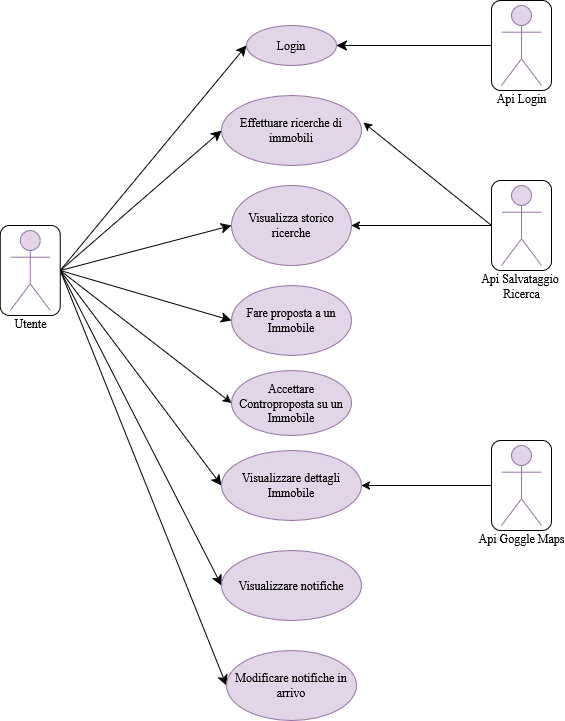
Sperob98/Documentazione-DietiEstates25 keeps this draw.io diagram as diagrammi/UseCase-Utente registrato.drawio.png. Above is the earlier version. Source tidied: cells renumbered, new cells last; positions are measured from the earlier drawing's top-left corner, leaving out a move shared by most shapes. Source of this version:
```xml
<mxGraphModel>
  <root>
    <mxCell id="0" />
    <mxCell id="1" parent="0" />
    <mxCell id="2" style="edgeStyle=none;curved=1;rounded=0;jettySize=auto;html=1;exitX=1;exitY=0.5;exitDx=0;exitDy=0;entryX=0;entryY=0.5;entryDx=0;entryDy=0;fontSize=12;startSize=8;endSize=8;" parent="1" edge="1" source="10" target="12">
      <mxGeometry relative="1" as="geometry" />
    </mxCell>
    <mxCell id="3" style="edgeStyle=none;curved=1;rounded=0;jettySize=auto;html=1;exitX=1;exitY=0.5;exitDx=0;exitDy=0;entryX=0;entryY=0.5;entryDx=0;entryDy=0;fontSize=12;startSize=8;endSize=8;" parent="1" edge="1" source="10" target="13">
      <mxGeometry relative="1" as="geometry" />
    </mxCell>
    <mxCell id="4" style="edgeStyle=none;curved=1;rounded=0;jettySize=auto;html=1;exitX=1;exitY=0.5;exitDx=0;exitDy=0;entryX=0;entryY=0.5;entryDx=0;entryDy=0;fontSize=12;startSize=8;endSize=8;" parent="1" edge="1" source="10" target="14">
      <mxGeometry relative="1" as="geometry" />
    </mxCell>
    <mxCell id="5" style="edgeStyle=none;curved=1;rounded=0;jettySize=auto;html=1;exitX=1;exitY=0.5;exitDx=0;exitDy=0;entryX=0;entryY=0.5;entryDx=0;entryDy=0;fontSize=12;startSize=8;endSize=8;" parent="1" edge="1" source="10" target="15">
      <mxGeometry relative="1" as="geometry" />
    </mxCell>
    <mxCell id="6" style="edgeStyle=none;curved=1;rounded=0;jettySize=auto;html=1;exitX=1;exitY=0.5;exitDx=0;exitDy=0;entryX=0;entryY=0.5;entryDx=0;entryDy=0;fontSize=12;startSize=8;endSize=8;" parent="1" edge="1" source="10" target="16">
      <mxGeometry relative="1" as="geometry" />
    </mxCell>
    <mxCell id="7" style="edgeStyle=none;curved=1;rounded=0;jettySize=auto;html=1;exitX=1;exitY=0.5;exitDx=0;exitDy=0;entryX=0;entryY=0.5;entryDx=0;entryDy=0;fontSize=12;startSize=8;endSize=8;" parent="1" edge="1" source="10" target="17">
      <mxGeometry relative="1" as="geometry" />
    </mxCell>
    <mxCell id="8" style="edgeStyle=none;curved=1;rounded=0;jettySize=auto;html=1;exitX=1;exitY=0.5;exitDx=0;exitDy=0;entryX=0;entryY=0.5;entryDx=0;entryDy=0;fontSize=12;startSize=8;endSize=8;" parent="1" edge="1" source="10" target="18">
      <mxGeometry relative="1" as="geometry" />
    </mxCell>
    <mxCell id="9" style="rounded=0;jettySize=auto;html=1;exitX=1;exitY=0.5;exitDx=0;exitDy=0;entryX=0;entryY=0.5;entryDx=0;entryDy=0;" parent="1" edge="1" source="10" target="23">
      <mxGeometry relative="1" as="geometry" />
    </mxCell>
    <mxCell id="10" style="rounded=1;whiteSpace=wrap;html=1;" parent="1" vertex="1">
      <mxGeometry x="-0.2" y="225" width="60" height="90" as="geometry" />
    </mxCell>
    <mxCell id="11" value="&lt;div&gt;Utente&lt;/div&gt;&lt;div&gt;&lt;br&gt;&lt;/div&gt;" style="shape=umlActor;verticalLabelPosition=bottom;verticalAlign=top;html=1;fillColor=#e1d5e7;strokeColor=#9673a6;" parent="1" vertex="1">
      <mxGeometry x="9.8" y="230" width="40" height="80" as="geometry" />
    </mxCell>
    <mxCell id="12" value="Login" style="ellipse;whiteSpace=wrap;html=1;fillColor=#e1d5e7;strokeColor=#9673a6;" parent="1" vertex="1">
      <mxGeometry x="246" y="25" width="90" height="40" as="geometry" />
    </mxCell>
    <mxCell id="13" value="Effettuare ricerche di immobili" style="ellipse;whiteSpace=wrap;html=1;fillColor=#e1d5e7;strokeColor=#9673a6;" parent="1" vertex="1">
      <mxGeometry x="221" y="95" width="140" height="70" as="geometry" />
    </mxCell>
    <mxCell id="14" value="Visualizza storico ricerche" style="ellipse;whiteSpace=wrap;html=1;fillColor=#e1d5e7;strokeColor=#9673a6;" parent="1" vertex="1">
      <mxGeometry x="231" y="185" width="120" height="80" as="geometry" />
    </mxCell>
    <mxCell id="15" value="Fare proposta a un Immobile" style="ellipse;whiteSpace=wrap;html=1;fillColor=#e1d5e7;strokeColor=#9673a6;" parent="1" vertex="1">
      <mxGeometry x="231" y="285" width="120" height="70" as="geometry" />
    </mxCell>
    <mxCell id="16" value="Visualizzare dettagli Immobile" style="ellipse;whiteSpace=wrap;html=1;fillColor=#e1d5e7;strokeColor=#9673a6;" parent="1" vertex="1">
      <mxGeometry x="221" y="450" width="140" height="70" as="geometry" />
    </mxCell>
    <mxCell id="17" value="Visualizzare notifiche" style="ellipse;whiteSpace=wrap;html=1;fillColor=#e1d5e7;strokeColor=#9673a6;" parent="1" vertex="1">
      <mxGeometry x="221" y="550" width="140" height="70" as="geometry" />
    </mxCell>
    <mxCell id="18" value="Modificare notifiche in arrivo" style="ellipse;whiteSpace=wrap;html=1;fillColor=#e1d5e7;strokeColor=#9673a6;" parent="1" vertex="1">
      <mxGeometry x="226" y="650" width="130" height="70" as="geometry" />
    </mxCell>
    <mxCell id="19" style="edgeStyle=none;curved=1;rounded=0;jettySize=auto;html=1;exitX=0;exitY=0.5;exitDx=0;exitDy=0;entryX=1;entryY=0.5;entryDx=0;entryDy=0;fontSize=12;startSize=8;endSize=8;" parent="1" edge="1" source="24" target="12">
      <mxGeometry relative="1" as="geometry" />
    </mxCell>
    <mxCell id="20" style="rounded=0;jettySize=auto;html=1;exitX=0;exitY=0.5;exitDx=0;exitDy=0;entryX=1;entryY=0.5;entryDx=0;entryDy=0;" parent="1" edge="1" target="14">
      <mxGeometry relative="1" as="geometry">
        <mxPoint x="491" y="225" as="sourcePoint" />
      </mxGeometry>
    </mxCell>
    <mxCell id="21" style="rounded=0;jettySize=auto;html=1;exitX=0;exitY=0.5;exitDx=0;exitDy=0;entryX=1.014;entryY=0.386;entryDx=0;entryDy=0;entryPerimeter=0;" parent="1" edge="1" target="13">
      <mxGeometry relative="1" as="geometry">
        <mxPoint x="491" y="225" as="sourcePoint" />
      </mxGeometry>
    </mxCell>
    <mxCell id="22" style="rounded=0;jettySize=auto;html=1;exitX=0;exitY=0.5;exitDx=0;exitDy=0;entryX=1;entryY=0.5;entryDx=0;entryDy=0;" parent="1" edge="1" source="28" target="16">
      <mxGeometry relative="1" as="geometry" />
    </mxCell>
    <mxCell id="23" value="Accettare Controproposta su un Immobile" style="ellipse;whiteSpace=wrap;html=1;fillColor=#e1d5e7;strokeColor=#9673a6;" parent="1" vertex="1">
      <mxGeometry x="231" y="370" width="120" height="65" as="geometry" />
    </mxCell>
    <mxCell id="24" style="rounded=1;whiteSpace=wrap;html=1;" parent="1" vertex="1">
      <mxGeometry x="491" width="60" height="90" as="geometry" />
    </mxCell>
    <mxCell id="25" value="Api Login" style="shape=umlActor;verticalLabelPosition=bottom;verticalAlign=top;html=1;fillColor=#e1d5e7;strokeColor=#9673a6;" parent="1" vertex="1">
      <mxGeometry x="501" y="5" width="40" height="80" as="geometry" />
    </mxCell>
    <mxCell id="26" style="rounded=1;whiteSpace=wrap;html=1;" parent="1" vertex="1">
      <mxGeometry x="491" y="180" width="60" height="90" as="geometry" />
    </mxCell>
    <mxCell id="27" value="&lt;div&gt;Api Salvataggio&amp;nbsp;&lt;/div&gt;&lt;div&gt;Ricerca&lt;/div&gt;" style="shape=umlActor;verticalLabelPosition=bottom;verticalAlign=top;html=1;fillColor=#e1d5e7;strokeColor=#9673a6;" parent="1" vertex="1">
      <mxGeometry x="501" y="185" width="40" height="80" as="geometry" />
    </mxCell>
    <mxCell id="28" style="rounded=1;whiteSpace=wrap;html=1;" parent="1" vertex="1">
      <mxGeometry x="491" y="440" width="60" height="90" as="geometry" />
    </mxCell>
    <mxCell id="29" value="&lt;div&gt;Api Goggle Maps&lt;/div&gt;&lt;div&gt;&lt;br&gt;&lt;/div&gt;" style="shape=umlActor;verticalLabelPosition=bottom;verticalAlign=top;html=1;fillColor=#e1d5e7;strokeColor=#9673a6;" parent="1" vertex="1">
      <mxGeometry x="501" y="445" width="40" height="80" as="geometry" />
    </mxCell>
  </root>
</mxGraphModel>
```
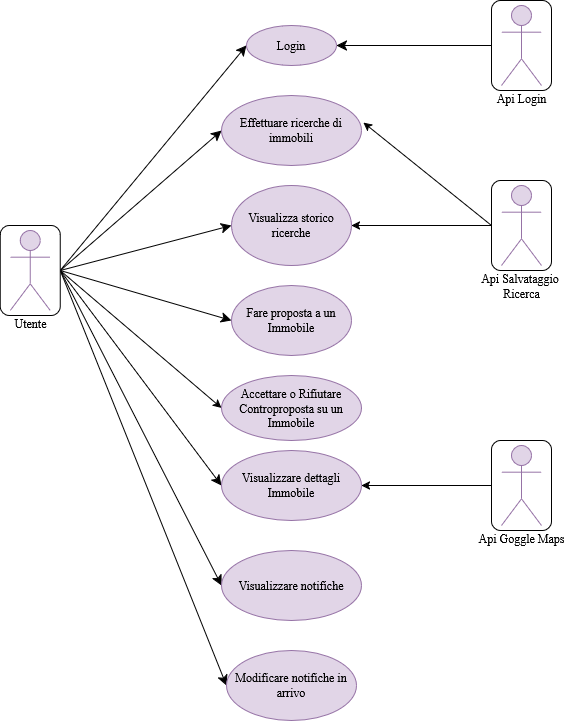
The same file after the commit.

The edit, as a diff of the source:
```diff
@@ -69,8 +69,8 @@
     <mxCell id="22" style="rounded=0;jettySize=auto;html=1;exitX=0;exitY=0.5;exitDx=0;exitDy=0;entryX=1;entryY=0.5;entryDx=0;entryDy=0;" parent="1" edge="1" source="28" target="16">
       <mxGeometry relative="1" as="geometry" />
     </mxCell>
-    <mxCell id="23" value="Accettare Controproposta su un Immobile" style="ellipse;whiteSpace=wrap;html=1;fillColor=#e1d5e7;strokeColor=#9673a6;" parent="1" vertex="1">
-      <mxGeometry x="231" y="370" width="120" height="65" as="geometry" />
+    <mxCell id="23" value="Accettare o Rifiutare Controproposta su un Immobile" style="ellipse;whiteSpace=wrap;html=1;fillColor=#e1d5e7;strokeColor=#9673a6;" parent="1" vertex="1">
+      <mxGeometry x="221" y="375" width="140" height="65" as="geometry" />
     </mxCell>
     <mxCell id="24" style="rounded=1;whiteSpace=wrap;html=1;" parent="1" vertex="1">
       <mxGeometry x="491" width="60" height="90" as="geometry" />
```
